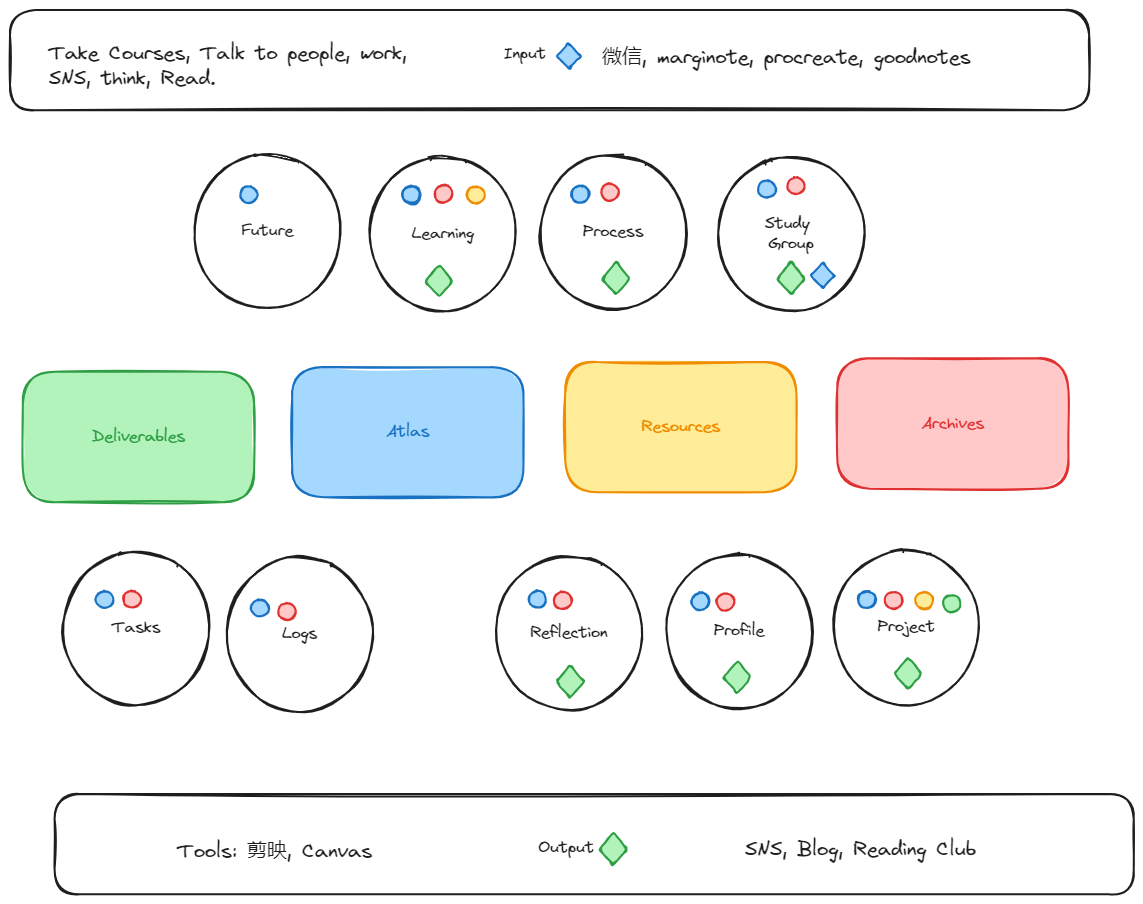
Above: Learning/my_sys.excalidraw.png in jovialchen/task-management-python-markdown (Excalidraw), before the change. Source tidied: one line per element, renumbered; positions are measured from the earlier drawing's top-left corner, leaving out a move shared by most shapes. Its diagram source:
```json
{"id": 0, "type": "ellipse", "strokeColor": "#1e1e1e", "strokeWidth": 2, "roughness": 1, "round": true, "x": 184, "y": 144, "width": 146, "height": 154}
{"id": 1, "type": "text", "text": "Future", "strokeColor": "#1e1e1e", "strokeWidth": 2, "roughness": 1, "fontSize": 16, "fontFamily": 1, "textAlign": "center", "verticalAlign": "middle", "inside": 0, "x": 231, "y": 211, "width": 52, "height": 20}
{"id": 2, "type": "ellipse", "strokeColor": "#1e1e1e", "strokeWidth": 2, "roughness": 1, "round": true, "x": 360, "y": 147, "width": 146, "height": 154}
{"id": 3, "type": "text", "text": "Learning", "strokeColor": "#1e1e1e", "strokeWidth": 2, "roughness": 1, "fontSize": 16, "fontFamily": 1, "textAlign": "center", "verticalAlign": "middle", "inside": 2, "x": 402, "y": 214, "width": 62, "height": 20}
{"id": 4, "type": "ellipse", "strokeColor": "#1e1e1e", "strokeWidth": 2, "roughness": 1, "round": true, "x": 530, "y": 145, "width": 146, "height": 154}
{"id": 5, "type": "text", "text": "Process", "strokeColor": "#1e1e1e", "strokeWidth": 2, "roughness": 1, "fontSize": 16, "fontFamily": 1, "textAlign": "center", "verticalAlign": "middle", "inside": 4, "x": 573, "y": 212, "width": 60, "height": 20}
{"id": 6, "type": "ellipse", "strokeColor": "#1e1e1e", "strokeWidth": 2, "roughness": 1, "round": true, "x": 656, "y": 544, "width": 146, "height": 154}
{"id": 7, "type": "text", "text": "Profile", "strokeColor": "#1e1e1e", "strokeWidth": 2, "roughness": 1, "fontSize": 16, "fontFamily": 1, "textAlign": "center", "verticalAlign": "middle", "inside": 6, "x": 704, "y": 611, "width": 51, "height": 20}
{"id": 8, "type": "ellipse", "strokeColor": "#1e1e1e", "strokeWidth": 2, "roughness": 1, "round": true, "x": 486, "y": 546, "width": 146, "height": 154}
{"id": 9, "type": "text", "text": "Reflection", "strokeColor": "#1e1e1e", "strokeWidth": 2, "roughness": 1, "fontSize": 16, "fontFamily": 1, "textAlign": "center", "verticalAlign": "middle", "inside": 8, "x": 520, "y": 613, "width": 77, "height": 20}
{"id": 10, "type": "ellipse", "strokeColor": "#1e1e1e", "strokeWidth": 2, "roughness": 1, "round": true, "x": 53, "y": 541, "width": 146, "height": 154}
{"id": 11, "type": "text", "text": "Tasks", "strokeColor": "#1e1e1e", "strokeWidth": 2, "roughness": 1, "fontSize": 16, "fontFamily": 1, "textAlign": "center", "verticalAlign": "middle", "inside": 10, "x": 102, "y": 608, "width": 49, "height": 20}
{"id": 12, "type": "ellipse", "strokeColor": "#1e1e1e", "strokeWidth": 2, "roughness": 1, "round": true, "x": 217, "y": 547, "width": 146, "height": 154}
{"id": 13, "type": "text", "text": "Logs", "strokeColor": "#1e1e1e", "strokeWidth": 2, "roughness": 1, "fontSize": 16, "fontFamily": 1, "textAlign": "center", "verticalAlign": "middle", "inside": 12, "x": 272, "y": 614, "width": 35, "height": 20}
{"id": 14, "type": "ellipse", "strokeColor": "#1e1e1e", "strokeWidth": 2, "roughness": 1, "round": true, "x": 823, "y": 540, "width": 146, "height": 154}
{"id": 15, "type": "text", "text": "Project", "strokeColor": "#1e1e1e", "strokeWidth": 2, "roughness": 1, "fontSize": 16, "fontFamily": 1, "textAlign": "center", "verticalAlign": "middle", "inside": 14, "x": 867, "y": 607, "width": 57, "height": 20}
{"id": 16, "type": "ellipse", "strokeColor": "#1e1e1e", "strokeWidth": 2, "roughness": 1, "round": true, "x": 708, "y": 147, "width": 146, "height": 154}
{"id": 17, "type": "text", "text": "Study \nGroup", "strokeColor": "#1e1e1e", "strokeWidth": 2, "roughness": 1, "fontSize": 16, "fontFamily": 1, "textAlign": "center", "verticalAlign": "middle", "inside": 16, "x": 755, "y": 204, "width": 52, "height": 40}
{"id": 18, "type": "rectangle", "strokeColor": "#2f9e44", "backgroundColor": "#b2f2bb", "fillStyle": "solid", "strokeWidth": 2, "roughness": 1, "round": true, "x": 13, "y": 362, "width": 231, "height": 130}
{"id": 19, "type": "text", "text": "Deliverables", "strokeColor": "#2f9e44", "strokeWidth": 2, "roughness": 1, "fontSize": 16, "fontFamily": 1, "textAlign": "center", "verticalAlign": "middle", "inside": 18, "x": 82, "y": 417, "width": 93, "height": 20}
{"id": 20, "type": "rectangle", "strokeColor": "#1971c2", "backgroundColor": "#a5d8ff", "fillStyle": "solid", "strokeWidth": 2, "roughness": 1, "round": true, "x": 282, "y": 357, "width": 231, "height": 130}
{"id": 21, "type": "text", "text": "Atlas", "strokeColor": "#1971c2", "strokeWidth": 2, "roughness": 1, "fontSize": 16, "fontFamily": 1, "textAlign": "center", "verticalAlign": "middle", "inside": 20, "x": 376, "y": 412, "width": 43, "height": 20}
{"id": 22, "type": "rectangle", "strokeColor": "#f08c00", "backgroundColor": "#ffec99", "fillStyle": "solid", "strokeWidth": 2, "roughness": 1, "round": true, "x": 555, "y": 352, "width": 231, "height": 130}
{"id": 23, "type": "text", "text": "Resources", "strokeColor": "#f08c00", "strokeWidth": 2, "roughness": 1, "fontSize": 16, "fontFamily": 1, "textAlign": "center", "verticalAlign": "middle", "inside": 22, "x": 632, "y": 407, "width": 79, "height": 20}
{"id": 24, "type": "rectangle", "strokeColor": "#e03131", "backgroundColor": "#ffc9c9", "fillStyle": "solid", "strokeWidth": 2, "roughness": 1, "round": true, "x": 827, "y": 348, "width": 231, "height": 130}
{"id": 25, "type": "text", "text": "Archives", "strokeColor": "#e03131", "strokeWidth": 2, "roughness": 1, "fontSize": 16, "fontFamily": 1, "textAlign": "center", "verticalAlign": "middle", "inside": 24, "x": 912, "y": 403, "width": 63, "height": 20}
{"id": 26, "type": "rectangle", "strokeColor": "#1e1e1e", "strokeWidth": 2, "roughness": 1, "round": true, "x": 0, "y": 0, "width": 1079, "height": 100}
{"id": 27, "type": "rectangle", "strokeColor": "#1e1e1e", "strokeWidth": 2, "roughness": 1, "round": true, "x": 45, "y": 784, "width": 1079, "height": 100}
{"id": 28, "type": "text", "text": "Input", "strokeColor": "#1e1e1e", "strokeWidth": 2, "roughness": 1, "fontSize": 16, "fontFamily": 1, "x": 494, "y": 34, "width": 42, "height": 20}
{"id": 29, "type": "text", "text": "Output", "strokeColor": "#1e1e1e", "strokeWidth": 2, "roughness": 1, "fontSize": 16, "fontFamily": 1, "x": 528, "y": 828, "width": 56, "height": 20}
{"id": 30, "type": "ellipse", "strokeColor": "#1971c2", "backgroundColor": "#a5d8ff", "fillStyle": "solid", "strokeWidth": 2, "roughness": 1, "round": true, "x": 230, "y": 176, "width": 18, "height": 17}
{"id": 31, "type": "ellipse", "strokeColor": "#1971c2", "backgroundColor": "#a5d8ff", "fillStyle": "solid", "strokeWidth": 2, "roughness": 1, "round": true, "x": 393, "y": 177, "width": 18, "height": 17}
{"id": 32, "type": "ellipse", "strokeColor": "#1971c2", "backgroundColor": "#a5d8ff", "fillStyle": "solid", "strokeWidth": 2, "roughness": 1, "round": true, "x": 393, "y": 176, "width": 18, "height": 17}
{"id": 33, "type": "ellipse", "strokeColor": "#1971c2", "backgroundColor": "#a5d8ff", "fillStyle": "solid", "strokeWidth": 2, "roughness": 1, "round": true, "x": 561, "y": 176, "width": 18, "height": 17}
{"id": 34, "type": "ellipse", "strokeColor": "#1971c2", "backgroundColor": "#a5d8ff", "fillStyle": "solid", "strokeWidth": 2, "roughness": 1, "round": true, "x": 748, "y": 171, "width": 18, "height": 17}
{"id": 35, "type": "ellipse", "strokeColor": "#1971c2", "backgroundColor": "#a5d8ff", "fillStyle": "solid", "strokeWidth": 2, "roughness": 1, "round": true, "x": 86, "y": 581, "width": 18, "height": 17}
{"id": 36, "type": "ellipse", "strokeColor": "#1971c2", "backgroundColor": "#a5d8ff", "fillStyle": "solid", "strokeWidth": 2, "roughness": 1, "round": true, "x": 241, "y": 590, "width": 18, "height": 17}
{"id": 37, "type": "ellipse", "strokeColor": "#1971c2", "backgroundColor": "#a5d8ff", "fillStyle": "solid", "strokeWidth": 2, "roughness": 1, "round": true, "x": 519, "y": 581, "width": 18, "height": 17}
{"id": 38, "type": "ellipse", "strokeColor": "#1971c2", "backgroundColor": "#a5d8ff", "fillStyle": "solid", "strokeWidth": 2, "roughness": 1, "round": true, "x": 682, "y": 583, "width": 18, "height": 17}
{"id": 39, "type": "ellipse", "strokeColor": "#1971c2", "backgroundColor": "#a5d8ff", "fillStyle": "solid", "strokeWidth": 2, "roughness": 1, "round": true, "x": 848, "y": 581, "width": 18, "height": 17}
{"id": 40, "type": "ellipse", "strokeColor": "#e03131", "backgroundColor": "#ffc9c9", "fillStyle": "solid", "strokeWidth": 2, "roughness": 1, "round": true, "x": 113, "y": 581, "width": 18, "height": 17}
{"id": 41, "type": "ellipse", "strokeColor": "#e03131", "backgroundColor": "#ffc9c9", "fillStyle": "solid", "strokeWidth": 2, "roughness": 1, "round": true, "x": 268, "y": 593, "width": 18, "height": 17}
{"id": 42, "type": "ellipse", "strokeColor": "#e03131", "backgroundColor": "#ffc9c9", "fillStyle": "solid", "strokeWidth": 2, "roughness": 1, "round": true, "x": 544, "y": 582, "width": 18, "height": 17}
{"id": 43, "type": "ellipse", "strokeColor": "#e03131", "backgroundColor": "#ffc9c9", "fillStyle": "solid", "strokeWidth": 2, "roughness": 1, "round": true, "x": 707, "y": 583, "width": 18, "height": 17}
{"id": 44, "type": "ellipse", "strokeColor": "#e03131", "backgroundColor": "#ffc9c9", "fillStyle": "solid", "strokeWidth": 2, "roughness": 1, "round": true, "x": 875, "y": 582, "width": 18, "height": 17}
{"id": 45, "type": "ellipse", "strokeColor": "#e03131", "backgroundColor": "#ffc9c9", "fillStyle": "solid", "strokeWidth": 2, "roughness": 1, "round": true, "x": 777, "y": 167, "width": 18, "height": 17}
{"id": 46, "type": "ellipse", "strokeColor": "#e03131", "backgroundColor": "#ffc9c9", "fillStyle": "solid", "strokeWidth": 2, "roughness": 1, "round": true, "x": 591, "y": 174, "width": 18, "height": 17}
{"id": 47, "type": "ellipse", "strokeColor": "#e03131", "backgroundColor": "#ffc9c9", "fillStyle": "solid", "strokeWidth": 2, "roughness": 1, "round": true, "x": 425, "y": 175, "width": 18, "height": 17}
{"id": 48, "type": "ellipse", "strokeColor": "#f08c00", "backgroundColor": "#ffec99", "fillStyle": "solid", "strokeWidth": 2, "roughness": 1, "round": true, "x": 457, "y": 176, "width": 18, "height": 17}
{"id": 49, "type": "ellipse", "strokeColor": "#f08c00", "backgroundColor": "#ffec99", "fillStyle": "solid", "strokeWidth": 2, "roughness": 1, "round": true, "x": 906, "y": 582, "width": 18, "height": 17}
{"id": 50, "type": "ellipse", "strokeColor": "#2f9e44", "backgroundColor": "#b2f2bb", "fillStyle": "solid", "strokeWidth": 2, "roughness": 1, "round": true, "x": 933, "y": 585, "width": 18, "height": 17}
{"id": 51, "type": "diamond", "strokeColor": "#1971c2", "backgroundColor": "#a5d8ff", "fillStyle": "solid", "strokeWidth": 2, "roughness": 1, "round": true, "x": 547, "y": 33, "width": 23, "height": 25}
{"id": 52, "type": "text", "text": " 微信, marginote, procreate, goodnotes", "strokeColor": "#1e1e1e", "backgroundColor": "#a5d8ff", "fillStyle": "solid", "strokeWidth": 2, "roughness": 1, "fontSize": 20, "fontFamily": 1, "x": 582, "y": 35, "width": 379, "height": 25}
{"id": 53, "type": "diamond", "strokeColor": "#2f9e44", "backgroundColor": "#b2f2bb", "fillStyle": "solid", "strokeWidth": 2, "roughness": 1, "round": true, "x": 589, "y": 822, "width": 28, "height": 33}
{"id": 54, "type": "diamond", "strokeColor": "#2f9e44", "backgroundColor": "#b2f2bb", "fillStyle": "solid", "strokeWidth": 2, "roughness": 1, "round": true, "x": 546, "y": 655, "width": 28, "height": 33}
{"id": 55, "type": "diamond", "strokeColor": "#2f9e44", "backgroundColor": "#b2f2bb", "fillStyle": "solid", "strokeWidth": 2, "roughness": 1, "round": true, "x": 714, "y": 651, "width": 28, "height": 33}
{"id": 56, "type": "diamond", "strokeColor": "#2f9e44", "backgroundColor": "#b2f2bb", "fillStyle": "solid", "strokeWidth": 2, "roughness": 1, "round": true, "x": 884, "y": 647, "width": 28, "height": 33}
{"id": 57, "type": "diamond", "strokeColor": "#2f9e44", "backgroundColor": "#b2f2bb", "fillStyle": "solid", "strokeWidth": 2, "roughness": 1, "round": true, "x": 415, "y": 254, "width": 28, "height": 33}
{"id": 58, "type": "diamond", "strokeColor": "#2f9e44", "backgroundColor": "#b2f2bb", "fillStyle": "solid", "strokeWidth": 2, "roughness": 1, "round": true, "x": 767, "y": 252, "width": 28, "height": 33}
{"id": 59, "type": "diamond", "strokeColor": "#2f9e44", "backgroundColor": "#b2f2bb", "fillStyle": "solid", "strokeWidth": 2, "roughness": 1, "round": true, "x": 592, "y": 252, "width": 28, "height": 33}
{"id": 60, "type": "diamond", "strokeColor": "#1971c2", "backgroundColor": "#a5d8ff", "fillStyle": "solid", "strokeWidth": 2, "roughness": 1, "round": true, "x": 801, "y": 253, "width": 23, "height": 25}
{"id": 61, "type": "text", "text": "Tools: 剪映, Canvas", "strokeColor": "#1e1e1e", "strokeWidth": 2, "roughness": 1, "fontSize": 20, "fontFamily": 1, "x": 168, "y": 829, "width": 195, "height": 25}
{"id": 62, "type": "text", "text": "SNS, Blog, Reading Club", "strokeColor": "#1e1e1e", "strokeWidth": 2, "roughness": 1, "fontSize": 20, "fontFamily": 1, "x": 735, "y": 827, "width": 231, "height": 25}
{"id": 63, "type": "text", "text": "Take Courses, Talk to people, work,\nSNS, think, Read.", "strokeColor": "#1e1e1e", "strokeWidth": 2, "roughness": 1, "fontSize": 20, "fontFamily": 1, "x": 39, "y": 31, "width": 358, "height": 50}
```
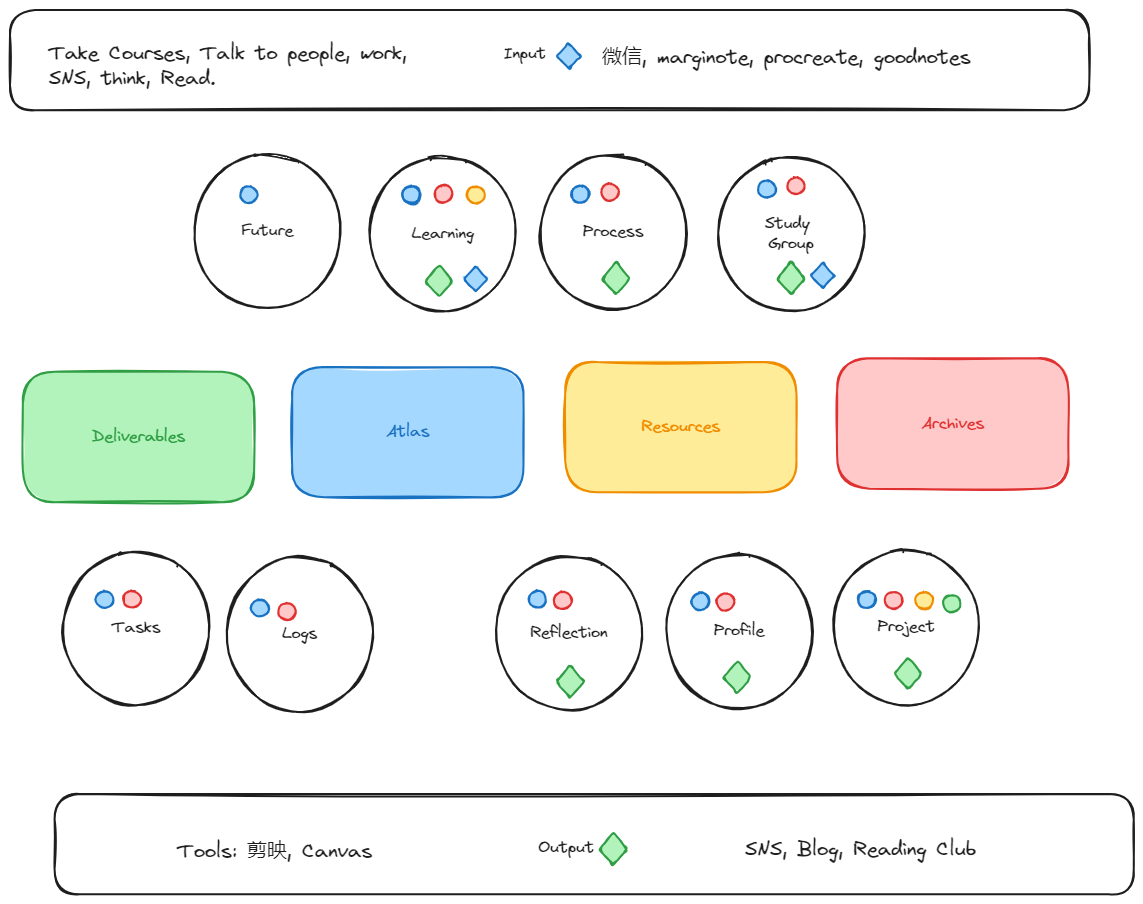
The same file after the commit.

Change to the diagram source:
```diff
@@ -62,3 +62,4 @@
 {"id": 61, "type": "text", "text": "Tools: 剪映, Canvas", "strokeColor": "#1e1e1e", "strokeWidth": 2, "roughness": 1, "fontSize": 20, "fontFamily": 1, "x": 168, "y": 829, "width": 195, "height": 25}
 {"id": 62, "type": "text", "text": "SNS, Blog, Reading Club", "strokeColor": "#1e1e1e", "strokeWidth": 2, "roughness": 1, "fontSize": 20, "fontFamily": 1, "x": 735, "y": 827, "width": 231, "height": 25}
 {"id": 63, "type": "text", "text": "Take Courses, Talk to people, work,\nSNS, think, Read.", "strokeColor": "#1e1e1e", "strokeWidth": 2, "roughness": 1, "fontSize": 20, "fontFamily": 1, "x": 39, "y": 31, "width": 358, "height": 50}
+{"id": 64, "type": "diamond", "strokeColor": "#1971c2", "backgroundColor": "#a5d8ff", "fillStyle": "solid", "strokeWidth": 2, "roughness": 1, "round": true, "x": 454, "y": 256, "width": 23, "height": 25}
```
